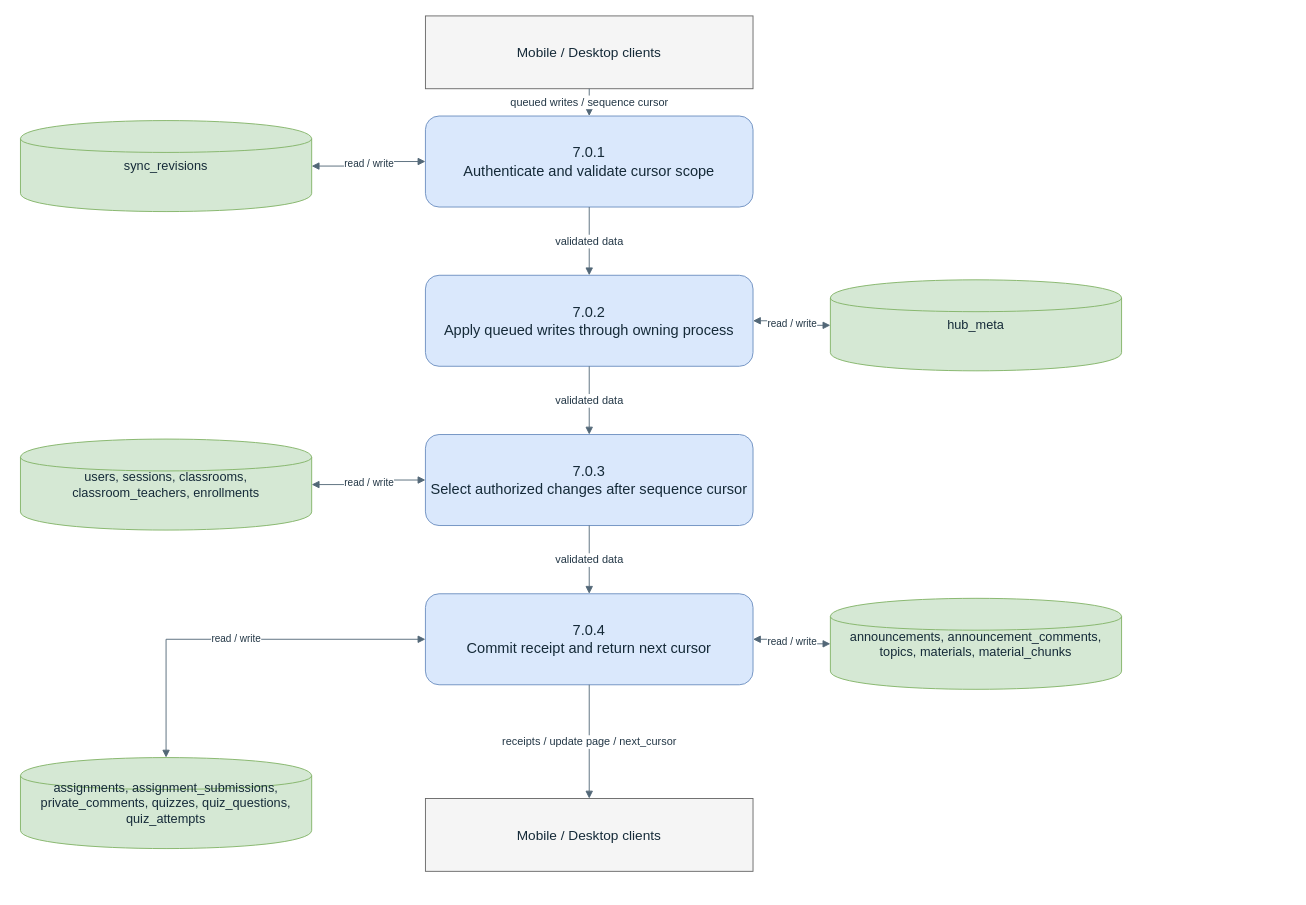
Before: docs/thesis/chapter-3/diagrams/dfd-level-2-sync.drawio in BootlegYouki/L.A.R.A, a draw.io diagram. Source tidied: cells renumbered, new cells numbered last; positions are measured from the earlier drawing's top-left corner, leaving out a move shared by most shapes. Both pictures are drawn from the tidied source at 91%, with x=0, y=0 at pixel (20, 15).
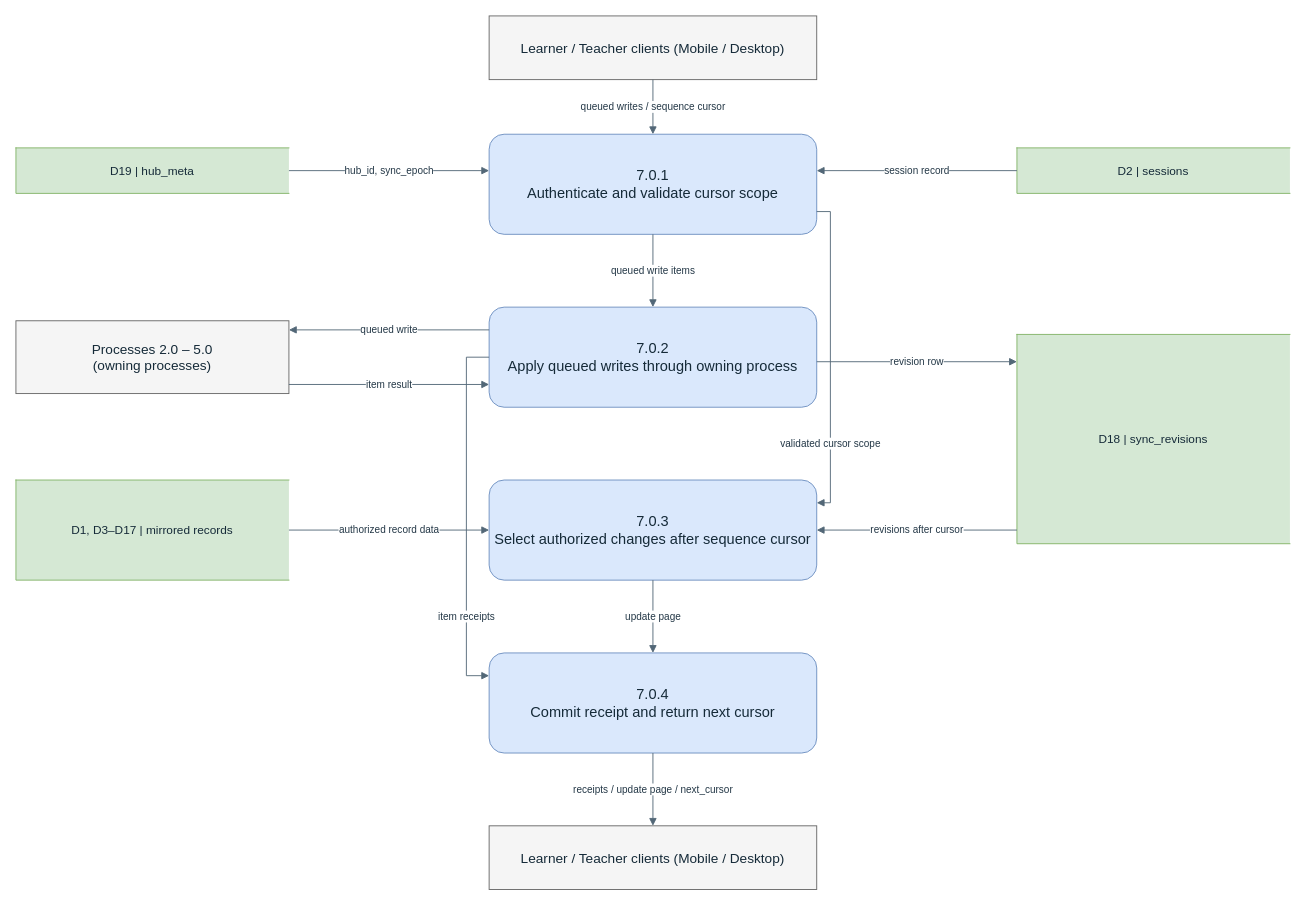
After the change.

What changed in the source:
```diff
@@
-    <mxCell id="2" value="Mobile / Desktop clients" style="rounded=0;whiteSpace=wrap;html=1;fillColor=#f5f5f5;strokeColor=#666666;fontColor=#152a38;fontSize=15;align=center;verticalAlign=middle;spacing=6;" parent="1" vertex="1">
-      <mxGeometry x="445" width="360" height="80" as="geometry" />
+    <mxCell id="2" value="Learner / Teacher clients (Mobile / Desktop)" style="rounded=0;whiteSpace=wrap;html=1;fillColor=#f5f5f5;strokeColor=#666666;fontColor=#152a38;fontSize=15;align=center;verticalAlign=middle;spacing=6;" parent="1" vertex="1">
+      <mxGeometry x="515" width="360" height="70" as="geometry" />
     </mxCell>
-    <mxCell id="3" value="Mobile / Desktop clients" style="rounded=0;whiteSpace=wrap;html=1;fillColor=#f5f5f5;strokeColor=#666666;fontColor=#152a38;fontSize=15;align=center;verticalAlign=middle;spacing=6;" parent="1" vertex="1">
-      <mxGeometry x="445" y="860" width="360" height="80" as="geometry" />
+    <mxCell id="3" value="7.0.1&#10;Authenticate and validate cursor scope" style="rounded=1;whiteSpace=wrap;html=1;fillColor=#dae8fc;strokeColor=#6c8ebf;fontColor=#152a38;fontSize=16;align=center;verticalAlign=middle;spacing=6;" parent="1" vertex="1">
+      <mxGeometry x="515" y="130" width="360" height="110" as="geometry" />
     </mxCell>
-    <mxCell id="4" value="7.0.1&#10;Authenticate and validate cursor scope" style="rounded=1;whiteSpace=wrap;html=1;fillColor=#dae8fc;strokeColor=#6c8ebf;fontColor=#152a38;fontSize=16;align=center;verticalAlign=middle;spacing=6;" parent="1" vertex="1">
-      <mxGeometry x="445" y="110" width="360" height="100" as="geometry" />
+    <mxCell id="4" value="7.0.2&#10;Apply queued writes through owning process" style="rounded=1;whiteSpace=wrap;html=1;fillColor=#dae8fc;strokeColor=#6c8ebf;fontColor=#152a38;fontSize=16;align=center;verticalAlign=middle;spacing=6;" parent="1" vertex="1">
+      <mxGeometry x="515" y="320" width="360" height="110" as="geometry" />
     </mxCell>
-    <mxCell id="5" value="7.0.2&#10;Apply queued writes through owning process" style="rounded=1;whiteSpace=wrap;html=1;fillColor=#dae8fc;strokeColor=#6c8ebf;fontColor=#152a38;fontSize=16;align=center;verticalAlign=middle;spacing=6;" parent="1" vertex="1">
-      <mxGeometry x="445" y="285" width="360" height="100" as="geometry" />
+    <mxCell id="5" value="7.0.3&#10;Select authorized changes after sequence cursor" style="rounded=1;whiteSpace=wrap;html=1;fillColor=#dae8fc;strokeColor=#6c8ebf;fontColor=#152a38;fontSize=16;align=center;verticalAlign=middle;spacing=6;" parent="1" vertex="1">
+      <mxGeometry x="515" y="510" width="360" height="110" as="geometry" />
     </mxCell>
-    <mxCell id="6" value="7.0.3&#10;Select authorized changes after sequence cursor" style="rounded=1;whiteSpace=wrap;html=1;fillColor=#dae8fc;strokeColor=#6c8ebf;fontColor=#152a38;fontSize=16;align=center;verticalAlign=middle;spacing=6;" parent="1" vertex="1">
-      <mxGeometry x="445" y="460" width="360" height="100" as="geometry" />
+    <mxCell id="6" value="7.0.4&#10;Commit receipt and return next cursor" style="rounded=1;whiteSpace=wrap;html=1;fillColor=#dae8fc;strokeColor=#6c8ebf;fontColor=#152a38;fontSize=16;align=center;verticalAlign=middle;spacing=6;" parent="1" vertex="1">
+      <mxGeometry x="515" y="700" width="360" height="110" as="geometry" />
     </mxCell>
-    <mxCell id="7" value="7.0.4&#10;Commit receipt and return next cursor" style="rounded=1;whiteSpace=wrap;html=1;fillColor=#dae8fc;strokeColor=#6c8ebf;fontColor=#152a38;fontSize=16;align=center;verticalAlign=middle;spacing=6;" parent="1" vertex="1">
-      <mxGeometry x="445" y="635" width="360" height="100" as="geometry" />
+    <mxCell id="7" value="Learner / Teacher clients (Mobile / Desktop)" style="rounded=0;whiteSpace=wrap;html=1;fillColor=#f5f5f5;strokeColor=#666666;fontColor=#152a38;fontSize=15;align=center;verticalAlign=middle;spacing=6;" parent="1" vertex="1">
+      <mxGeometry x="515" y="890" width="360" height="70" as="geometry" />
     </mxCell>
-    <mxCell id="8" value="sync_revisions" style="shape=cylinder;whiteSpace=wrap;html=1;fillColor=#d5e8d4;strokeColor=#82b366;fontColor=#152a38;fontSize=14;align=center;verticalAlign=middle;spacing=6;" parent="1" vertex="1">
-      <mxGeometry y="115" width="320" height="100" as="geometry" />
+    <mxCell id="8" value="D19 | hub_meta" style="shape=partialRectangle;left=1;right=0;top=1;bottom=1;whiteSpace=wrap;html=1;fillColor=#d5e8d4;strokeColor=#82b366;fontColor=#152a38;fontSize=13;align=center;verticalAlign=middle;spacing=5;" parent="1" vertex="1">
+      <mxGeometry x="-5" y="145" width="300" height="50" as="geometry" />
     </mxCell>
-    <mxCell id="9" value="hub_meta" style="shape=cylinder;whiteSpace=wrap;html=1;fillColor=#d5e8d4;strokeColor=#82b366;fontColor=#152a38;fontSize=14;align=center;verticalAlign=middle;spacing=6;" parent="1" vertex="1">
-      <mxGeometry x="890" y="290" width="320" height="100" as="geometry" />
+    <mxCell id="9" value="Processes 2.0 – 5.0&#10;(owning processes)" style="rounded=0;whiteSpace=wrap;html=1;fillColor=#f5f5f5;strokeColor=#666666;fontColor=#152a38;fontSize=15;align=center;verticalAlign=middle;spacing=6;" parent="1" vertex="1">
+      <mxGeometry x="-5" y="335" width="300" height="80" as="geometry" />
     </mxCell>
-    <mxCell id="10" value="users, sessions, classrooms, classroom_teachers, enrollments" style="shape=cylinder;whiteSpace=wrap;html=1;fillColor=#d5e8d4;strokeColor=#82b366;fontColor=#152a38;fontSize=14;align=center;verticalAlign=middle;spacing=6;" parent="1" vertex="1">
-      <mxGeometry y="465" width="320" height="100" as="geometry" />
+    <mxCell id="10" value="D1, D3–D17 | mirrored records" style="shape=partialRectangle;left=1;right=0;top=1;bottom=1;whiteSpace=wrap;html=1;fillColor=#d5e8d4;strokeColor=#82b366;fontColor=#152a38;fontSize=13;align=center;verticalAlign=middle;spacing=5;" parent="1" vertex="1">
+      <mxGeometry x="-5" y="510" width="300" height="110" as="geometry" />
     </mxCell>
-    <mxCell id="11" value="announcements, announcement_comments, topics, materials, material_chunks" style="shape=cylinder;whiteSpace=wrap;html=1;fillColor=#d5e8d4;strokeColor=#82b366;fontColor=#152a38;fontSize=14;align=center;verticalAlign=middle;spacing=6;" parent="1" vertex="1">
-      <mxGeometry x="890" y="640" width="320" height="100" as="geometry" />
+    <mxCell id="11" value="D2 | sessions" style="shape=partialRectangle;left=1;right=0;top=1;bottom=1;whiteSpace=wrap;html=1;fillColor=#d5e8d4;strokeColor=#82b366;fontColor=#152a38;fontSize=13;align=center;verticalAlign=middle;spacing=5;" parent="1" vertex="1">
+      <mxGeometry x="1095" y="145" width="300" height="50" as="geometry" />
     </mxCell>
-    <mxCell id="12" value="assignments, assignment_submissions, private_comments, quizzes, quiz_questions, quiz_attempts" style="shape=cylinder;whiteSpace=wrap;html=1;fillColor=#d5e8d4;strokeColor=#82b366;fontColor=#152a38;fontSize=14;align=center;verticalAlign=middle;spacing=6;" parent="1" vertex="1">
-      <mxGeometry y="815" width="320" height="100" as="geometry" />
+    <mxCell id="12" value="D18 | sync_revisions" style="shape=partialRectangle;left=1;right=0;top=1;bottom=1;whiteSpace=wrap;html=1;fillColor=#d5e8d4;strokeColor=#82b366;fontColor=#152a38;fontSize=13;align=center;verticalAlign=middle;spacing=5;" parent="1" vertex="1">
+      <mxGeometry x="1095" y="350" width="300" height="230" as="geometry" />
     </mxCell>
-    <mxCell id="13" value="queued writes / sequence cursor" style="edgeStyle=orthogonalEdgeStyle;rounded=0;jettySize=auto;html=1;strokeColor=#526777;fontColor=#233746;fontSize=12;endArrow=block;endFill=1;labelBackgroundColor=#ffffff;" parent="1" edge="1" source="2" target="4">
+    <mxCell id="13" value="queued writes / sequence cursor" style="rounded=0;html=1;strokeColor=#526777;fontColor=#233746;fontSize=11;endArrow=block;endFill=1;labelBackgroundColor=#ffffff;exitX=0.5;exitY=1.0;exitDx=0;exitDy=0;entryX=0.5;entryY=0.0;entryDx=0;entryDy=0;" parent="1" edge="1" source="2" target="3">
       <mxGeometry relative="1" as="geometry" />
     </mxCell>
-    <mxCell id="14" value="validated data" style="edgeStyle=orthogonalEdgeStyle;rounded=0;jettySize=auto;html=1;strokeColor=#526777;fontColor=#233746;fontSize=12;endArrow=block;endFill=1;labelBackgroundColor=#ffffff;" parent="1" edge="1" source="4" target="5">
+    <mxCell id="14" value="session record" style="rounded=0;html=1;strokeColor=#526777;fontColor=#233746;fontSize=11;endArrow=block;endFill=1;labelBackgroundColor=#ffffff;exitX=0.0;exitY=0.5;exitDx=0;exitDy=0;entryX=1.0;entryY=0.3636;entryDx=0;entryDy=0;" parent="1" edge="1" source="11" target="3">
       <mxGeometry relative="1" as="geometry" />
     </mxCell>
-    <mxCell id="15" value="validated data" style="edgeStyle=orthogonalEdgeStyle;rounded=0;jettySize=auto;html=1;strokeColor=#526777;fontColor=#233746;fontSize=12;endArrow=block;endFill=1;labelBackgroundColor=#ffffff;" parent="1" edge="1" source="5" target="6">
+    <mxCell id="15" value="hub_id, sync_epoch" style="rounded=0;html=1;strokeColor=#526777;fontColor=#233746;fontSize=11;endArrow=block;endFill=1;labelBackgroundColor=#ffffff;exitX=1.0;exitY=0.5;exitDx=0;exitDy=0;entryX=0.0;entryY=0.3636;entryDx=0;entryDy=0;" parent="1" edge="1" source="8" target="3">
       <mxGeometry relative="1" as="geometry" />
     </mxCell>
-    <mxCell id="16" value="validated data" style="edgeStyle=orthogonalEdgeStyle;rounded=0;jettySize=auto;html=1;strokeColor=#526777;fontColor=#233746;fontSize=12;endArrow=block;endFill=1;labelBackgroundColor=#ffffff;" parent="1" edge="1" source="6" target="7">
+    <mxCell id="16" value="queued write items" style="rounded=0;html=1;strokeColor=#526777;fontColor=#233746;fontSize=11;endArrow=block;endFill=1;labelBackgroundColor=#ffffff;exitX=0.5;exitY=1.0;exitDx=0;exitDy=0;entryX=0.5;entryY=0.0;entryDx=0;entryDy=0;" parent="1" edge="1" source="3" target="4">
       <mxGeometry relative="1" as="geometry" />
     </mxCell>
-    <mxCell id="17" value="receipts / update page / next_cursor" style="edgeStyle=orthogonalEdgeStyle;rounded=0;jettySize=auto;html=1;strokeColor=#526777;fontColor=#233746;fontSize=12;endArrow=block;endFill=1;labelBackgroundColor=#ffffff;" parent="1" edge="1" source="7" target="3">
-      <mxGeometry relative="1" as="geometry" />
+    <mxCell id="17" value="validated cursor scope" style="rounded=0;html=1;strokeColor=#526777;fontColor=#233746;fontSize=11;endArrow=block;endFill=1;labelBackgroundColor=#ffffff;exitX=1.0;exitY=0.7727;exitDx=0;exitDy=0;entryX=1.0;entryY=0.2273;entryDx=0;entryDy=0;" parent="1" edge="1" source="3" target="5">
+      <mxGeometry x="0.54" relative="1" as="geometry">
+        <Array as="points">
+          <mxPoint x="890" y="215" />
+          <mxPoint x="890" y="535" />
+        </Array>
+      </mxGeometry>
     </mxCell>
-    <mxCell id="18" value="read / write" style="edgeStyle=orthogonalEdgeStyle;rounded=0;html=1;strokeColor=#526777;fontColor=#233746;fontSize=11;startArrow=block;endArrow=block;startFill=1;endFill=1;labelBackgroundColor=#ffffff;" parent="1" edge="1" source="4" target="8">
+    <mxCell id="18" value="queued write" style="rounded=0;html=1;strokeColor=#526777;fontColor=#233746;fontSize=11;endArrow=block;endFill=1;labelBackgroundColor=#ffffff;exitX=0.0;exitY=0.2273;exitDx=0;exitDy=0;entryX=1.0;entryY=0.125;entryDx=0;entryDy=0;" parent="1" edge="1" source="4" target="9">
       <mxGeometry relative="1" as="geometry" />
     </mxCell>
-    <mxCell id="19" value="read / write" style="edgeStyle=orthogonalEdgeStyle;rounded=0;html=1;strokeColor=#526777;fontColor=#233746;fontSize=11;startArrow=block;endArrow=block;startFill=1;endFill=1;labelBackgroundColor=#ffffff;" parent="1" edge="1" source="5" target="9">
+    <mxCell id="19" value="item result" style="rounded=0;html=1;strokeColor=#526777;fontColor=#233746;fontSize=11;endArrow=block;endFill=1;labelBackgroundColor=#ffffff;exitX=1.0;exitY=0.875;exitDx=0;exitDy=0;entryX=0.0;entryY=0.7727;entryDx=0;entryDy=0;" parent="1" edge="1" source="9" target="4">
       <mxGeometry relative="1" as="geometry" />
     </mxCell>
-    <mxCell id="20" value="read / write" style="edgeStyle=orthogonalEdgeStyle;rounded=0;html=1;strokeColor=#526777;fontColor=#233746;fontSize=11;startArrow=block;endArrow=block;startFill=1;endFill=1;labelBackgroundColor=#ffffff;" parent="1" edge="1" source="6" target="10">
+    <mxCell id="20" value="revision row" style="rounded=0;html=1;strokeColor=#526777;fontColor=#233746;fontSize=11;endArrow=block;endFill=1;labelBackgroundColor=#ffffff;exitX=1.0;exitY=0.5455;exitDx=0;exitDy=0;entryX=0.0;entryY=0.1304;entryDx=0;entryDy=0;" parent="1" edge="1" source="4" target="12">
       <mxGeometry relative="1" as="geometry" />
     </mxCell>
-    <mxCell id="21" value="read / write" style="edgeStyle=orthogonalEdgeStyle;rounded=0;html=1;strokeColor=#526777;fontColor=#233746;fontSize=11;startArrow=block;endArrow=block;startFill=1;endFill=1;labelBackgroundColor=#ffffff;" parent="1" edge="1" source="7" target="11">
+    <mxCell id="21" value="revisions after cursor" style="rounded=0;html=1;strokeColor=#526777;fontColor=#233746;fontSize=11;endArrow=block;endFill=1;labelBackgroundColor=#ffffff;exitX=0.0;exitY=0.9348;exitDx=0;exitDy=0;entryX=1.0;entryY=0.5;entryDx=0;entryDy=0;" parent="1" edge="1" source="12" target="5">
       <mxGeometry relative="1" as="geometry" />
     </mxCell>
-    <mxCell id="22" value="read / write" style="edgeStyle=orthogonalEdgeStyle;rounded=0;html=1;strokeColor=#526777;fontColor=#233746;fontSize=11;startArrow=block;endArrow=block;startFill=1;endFill=1;labelBackgroundColor=#ffffff;" parent="1" edge="1" source="7" target="12">
+    <mxCell id="22" value="authorized record data" style="rounded=0;html=1;strokeColor=#526777;fontColor=#233746;fontSize=11;endArrow=block;endFill=1;labelBackgroundColor=#ffffff;exitX=1.0;exitY=0.5;exitDx=0;exitDy=0;entryX=0.0;entryY=0.5;entryDx=0;entryDy=0;" parent="1" edge="1" source="10" target="5">
       <mxGeometry relative="1" as="geometry" />
     </mxCell>
+    <mxCell id="23" value="update page" style="rounded=0;html=1;strokeColor=#526777;fontColor=#233746;fontSize=11;endArrow=block;endFill=1;labelBackgroundColor=#ffffff;exitX=0.5;exitY=1.0;exitDx=0;exitDy=0;entryX=0.5;entryY=0.0;entryDx=0;entryDy=0;" parent="1" edge="1" source="5" target="6">
+      <mxGeometry relative="1" as="geometry" />
+    </mxCell>
+    <mxCell id="24" value="item receipts" style="rounded=0;html=1;strokeColor=#526777;fontColor=#233746;fontSize=11;endArrow=block;endFill=1;labelBackgroundColor=#ffffff;exitX=0.0;exitY=0.5;exitDx=0;exitDy=0;entryX=0.0;entryY=0.2273;entryDx=0;entryDy=0;" parent="1" edge="1" source="4" target="6">
+      <mxGeometry x="0.55" relative="1" as="geometry">
+        <Array as="points">
+          <mxPoint x="490" y="375" />
+          <mxPoint x="490" y="725" />
+        </Array>
+      </mxGeometry>
+    </mxCell>
+    <mxCell id="25" value="receipts / update page / next_cursor" style="rounded=0;html=1;strokeColor=#526777;fontColor=#233746;fontSize=11;endArrow=block;endFill=1;labelBackgroundColor=#ffffff;exitX=0.5;exitY=1.0;exitDx=0;exitDy=0;entryX=0.5;entryY=0.0;entryDx=0;entryDy=0;" parent="1" edge="1" source="6" target="7">
+      <mxGeometry relative="1" as="geometry" />
+    </mxCell>
```
